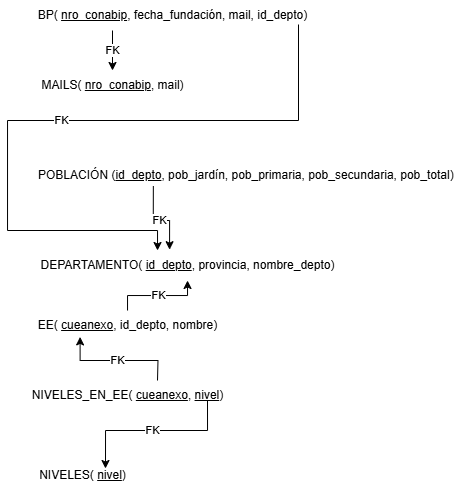
Before: MODELO_REL_FINAL.png, a diagram exported from draw.io (alessialima/TP-LABO-DE-DATOS-). Source tidied: cells renumbered, new cells last; positions are measured from the earlier drawing's top-left corner, leaving out a move shared by most shapes.
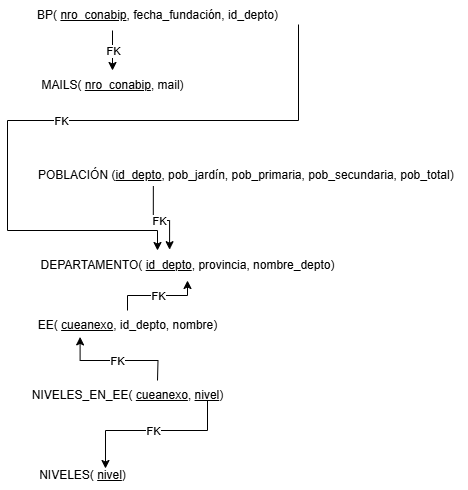
Above is the later version.

What changed in the source:
```diff
@@ -8,8 +8,8 @@
     <mxCell id="3" value="POBLACIÓN (&lt;u&gt;id_depto&lt;/u&gt;, pob_jardín, pob_primaria, pob_secundaria, pob_total)&amp;nbsp;" style="text;html=1;align=center;verticalAlign=middle;points=[];strokeColor=none;fillColor=none;" parent="1" vertex="1">
       <mxGeometry x="20" y="160" width="440" height="30" as="geometry" />
     </mxCell>
-    <mxCell id="4" value="BP( &lt;u&gt;nro_conabip&lt;/u&gt;, fecha_fundación, mail, id_depto)" style="text;html=1;align=center;verticalAlign=middle;points=[];strokeColor=none;fillColor=none;labelBackgroundColor=default;" parent="1" vertex="1">
-      <mxGeometry x="20" width="290" height="30" as="geometry" />
+    <mxCell id="4" value="BP( &lt;u&gt;nro_conabip&lt;/u&gt;, fecha_fundación, id_depto)" style="text;html=1;align=center;verticalAlign=middle;points=[];strokeColor=none;fillColor=none;labelBackgroundColor=default;" parent="1" vertex="1">
+      <mxGeometry x="20" width="260" height="30" as="geometry" />
     </mxCell>
     <mxCell id="5" value="EE( &lt;u&gt;cueanexo&lt;/u&gt;, id_depto, nombre&lt;span style=&quot;background-color: light-dark(#ffffff, var(--ge-dark-color, #121212)); color: light-dark(rgb(0, 0, 0), rgb(255, 255, 255));&quot;&gt;)&lt;/span&gt;" style="text;html=1;align=center;verticalAlign=middle;points=[];strokeColor=none;fillColor=none;labelBackgroundColor=default;" parent="1" vertex="1">
       <mxGeometry x="20" y="310" width="200" height="30" as="geometry" />
```
